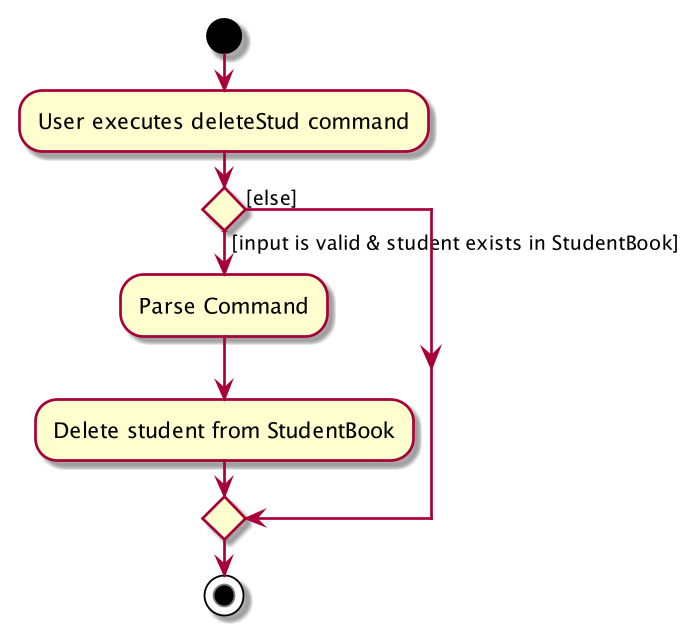
nus-cs2103-AY2021S2/tp keeps this PlantUML diagram as docs/images/DeleteStudentActivityDiagram.png. Above is the earlier version. The source it was exported from:
```plantuml
@startuml
start
:User executes deleteStud command;


if () then ([input is valid & student exists in StudentBook])
    :Parse Command;
    :Delete student from StudentBook;
else ([else])
endif
stop
@enduml
```
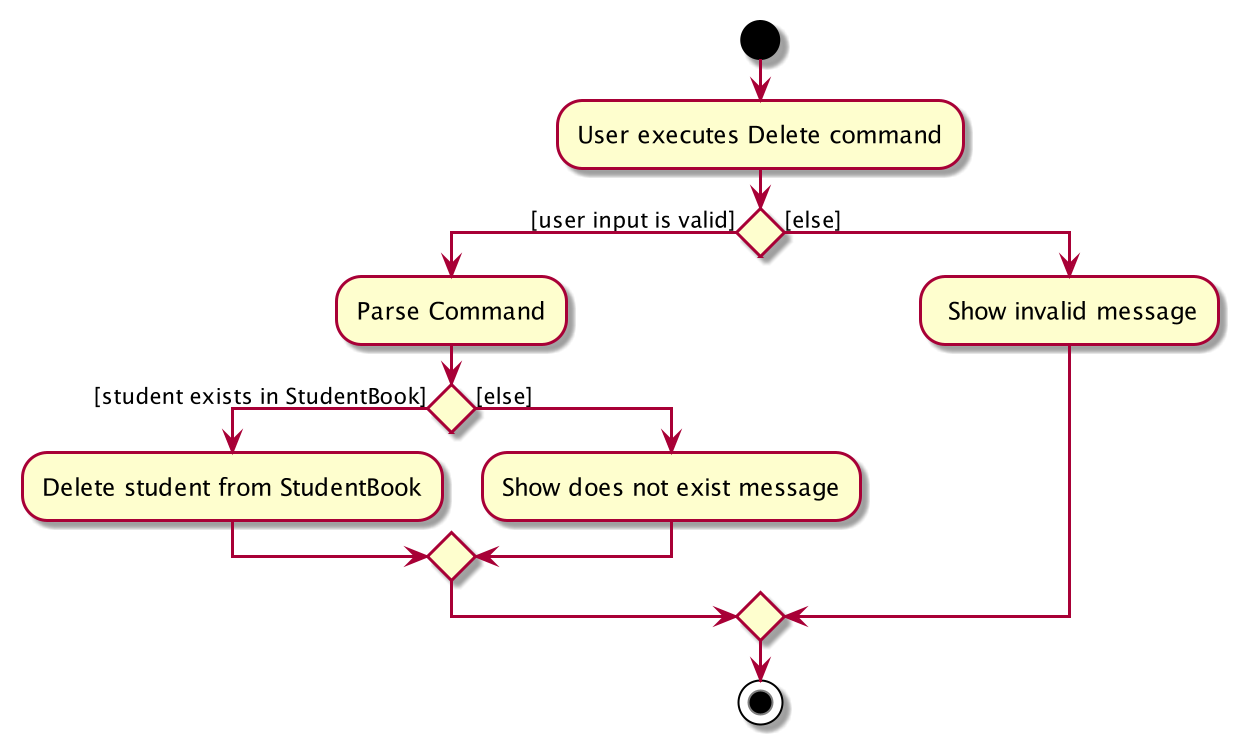
After the commit.

Commit message:
Update Activity Diagrams in Implementation

The edit, as a diff of the source:
```diff
@@ -1,12 +1,17 @@
 @startuml
 start
-:User executes deleteStud command;
+:User executes Delete command;
 
 
-if () then ([input is valid & student exists in StudentBook])
+if () then ([user input is valid])
     :Parse Command;
-    :Delete student from StudentBook;
+    if () then ([student exists in StudentBook])
+        :Delete student from StudentBook;
+    else ([else])
+        :Show does not exist message;
+    endif
 else ([else])
+    : Show invalid message;
 endif
 stop
 @enduml
```
